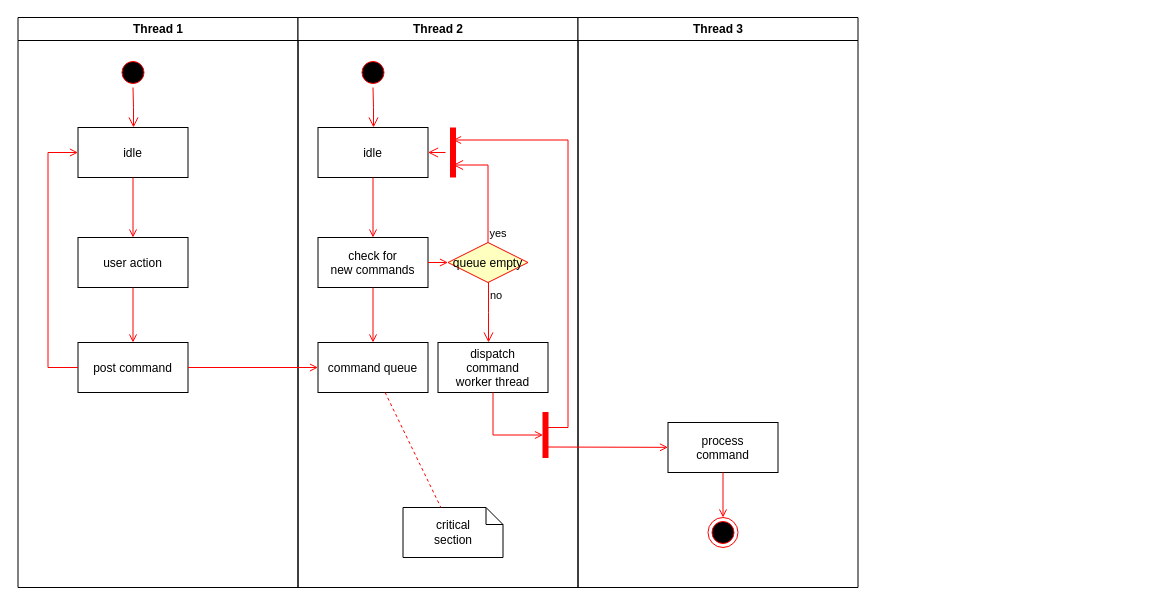
Earlier version of the draw.io diagram docs/Activity.drawio (perdhevi/udacity-bce-4-supply-chain). Source tidied: cells renumbered, new cells numbered last; positions are measured from the earlier drawing's top-left corner, leaving out a move shared by most shapes. Both pictures are drawn from the tidied source at 100%, with x=0, y=0 at pixel (17, 17).
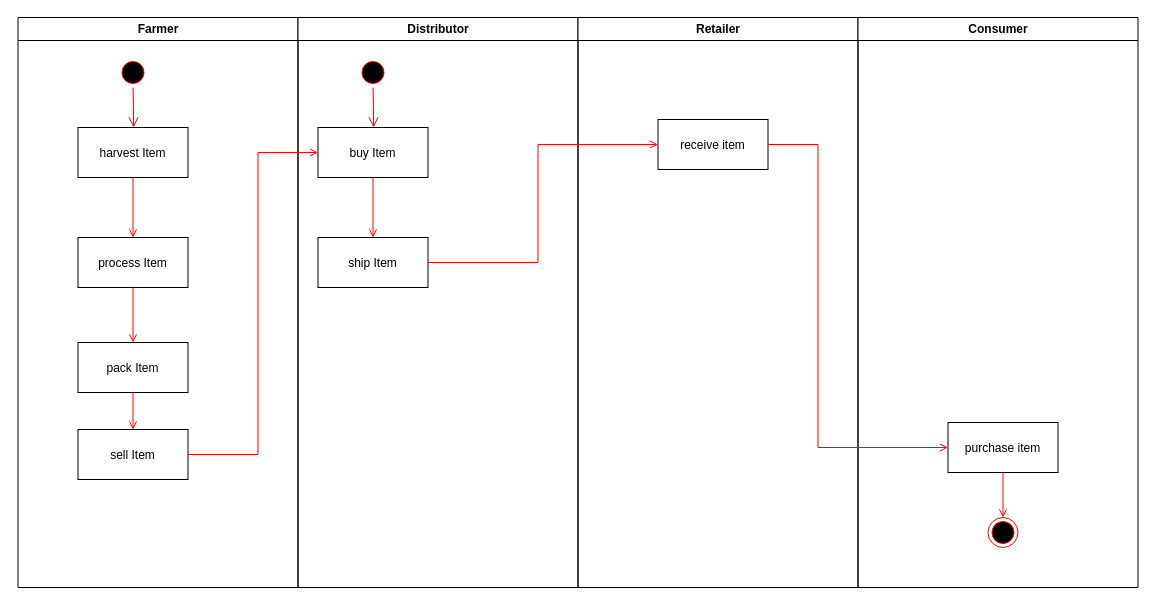
The same diagram, later.

Change to the diagram source:
```diff
@@
-    <mxCell id="2" value="Thread 1" style="swimlane;whiteSpace=wrap;" parent="1" vertex="1">
+    <mxCell id="2" value="Farmer" style="swimlane;whiteSpace=wrap;" parent="1" vertex="1">
       <mxGeometry x="0.5" width="280" height="570" as="geometry" />
     </mxCell>
@@
-    <mxCell id="5" value="idle" parent="2" vertex="1">
+    <mxCell id="5" value="harvest Item" parent="2" vertex="1">
       <mxGeometry x="60" y="110" width="110" height="50" as="geometry" />
     </mxCell>
-    <mxCell id="6" value="user action" parent="2" vertex="1">
+    <mxCell id="6" value="process Item" parent="2" vertex="1">
       <mxGeometry x="60" y="220" width="110" height="50" as="geometry" />
     </mxCell>
@@
-    <mxCell id="8" value="post command" parent="2" vertex="1">
+    <mxCell id="8" value="pack Item" parent="2" vertex="1">
       <mxGeometry x="60" y="325" width="110" height="50" as="geometry" />
     </mxCell>
@@
-    <mxCell id="10" style="edgeStyle=elbowEdgeStyle;elbow=horizontal;strokeColor=#FF0000;endArrow=open;endFill=1;rounded=0;" parent="2" edge="1" source="8" target="5">
-      <mxGeometry relative="1" as="geometry">
-        <Array as="points">
-          <mxPoint x="30" y="250" />
-        </Array>
-      </mxGeometry>
-    </mxCell>
+    <mxCell id="37" value="sell Item" parent="2" vertex="1">
+      <mxGeometry x="60" y="412" width="110" height="50" as="geometry" />
+    </mxCell>
+    <mxCell id="38" style="endArrow=open;strokeColor=#FF0000;endFill=1;rounded=0;exitX=0.5;exitY=1;exitDx=0;exitDy=0;" parent="2" edge="1" source="8" target="37">
+      <mxGeometry relative="1" as="geometry" />
+    </mxCell>
-    <mxCell id="11" value="Thread 2" style="swimlane;whiteSpace=wrap;" parent="1" vertex="1">
+    <mxCell id="11" value="Distributor" style="swimlane;whiteSpace=wrap;" parent="1" vertex="1">
       <mxGeometry x="280.5" width="280" height="570" as="geometry" />
     </mxCell>
@@
-    <mxCell id="14" value="idle" parent="11" vertex="1">
+    <mxCell id="14" value="buy Item" parent="11" vertex="1">
       <mxGeometry x="20" y="110" width="110" height="50" as="geometry" />
     </mxCell>
-    <mxCell id="15" value="check for &#10;new commands" parent="11" vertex="1">
+    <mxCell id="15" value="ship Item" parent="11" vertex="1">
       <mxGeometry x="20" y="220" width="110" height="50" as="geometry" />
     </mxCell>
@@
+    <mxCell id="30" value="Retailer" style="swimlane;whiteSpace=wrap;" parent="1" vertex="1">
+      <mxGeometry x="560.5" width="280" height="570" as="geometry" />
+    </mxCell>
-    <mxCell id="17" value="command queue" parent="11" vertex="1">
-      <mxGeometry x="20" y="325" width="110" height="50" as="geometry" />
+    <mxCell id="17" value="receive item" parent="30" vertex="1">
+      <mxGeometry x="80" y="102" width="110" height="50" as="geometry" />
     </mxCell>
+    <mxCell id="36" style="endArrow=open;strokeColor=#FF0000;endFill=1;rounded=0;exitX=1;exitY=0.5;exitDx=0;exitDy=0;entryX=0;entryY=0.5;entryDx=0;entryDy=0;" parent="1" edge="1" source="37" target="14">
+      <mxGeometry relative="1" as="geometry">
+        <Array as="points">
+          <mxPoint x="240.5" y="437" />
+          <mxPoint x="240.5" y="135" />
+        </Array>
+      </mxGeometry>
+    </mxCell>
+    <mxCell id="39" value="Consumer" style="swimlane;whiteSpace=wrap;" parent="1" vertex="1">
+      <mxGeometry x="840.5" width="280" height="570" as="geometry" />
+    </mxCell>
+    <mxCell id="40" value="purchase item" parent="39" vertex="1">
+      <mxGeometry x="90" y="405" width="110" height="50" as="geometry" />
+    </mxCell>
+    <mxCell id="34" style="ellipse;shape=endState;fillColor=#000000;strokeColor=#ff0000;" parent="39" vertex="1">
+      <mxGeometry x="130" y="500" width="30" height="30" as="geometry" />
+    </mxCell>
+    <mxCell id="41" style="endArrow=open;strokeColor=#FF0000;endFill=1;rounded=0;" parent="39" edge="1" source="40" target="34">
+      <mxGeometry relative="1" as="geometry" />
+    </mxCell>
-    <mxCell id="18" style="endArrow=open;strokeColor=#FF0000;endFill=1;rounded=0;" parent="11" edge="1" source="15" target="17">
-      <mxGeometry relative="1" as="geometry" />
+    <mxCell id="18" style="endArrow=open;strokeColor=#FF0000;endFill=1;rounded=0;exitX=1;exitY=0.5;exitDx=0;exitDy=0;entryX=0;entryY=0.5;entryDx=0;entryDy=0;" parent="1" edge="1" source="15" target="17">
+      <mxGeometry relative="1" as="geometry">
+        <Array as="points">
+          <mxPoint x="520.5" y="245" />
+          <mxPoint x="520.5" y="127" />
+        </Array>
+      </mxGeometry>
     </mxCell>
-    <mxCell id="19" value="queue empty" style="rhombus;fillColor=#ffffc0;strokeColor=#ff0000;" parent="11" vertex="1">
-      <mxGeometry x="150" y="225" width="80" height="40" as="geometry" />
-    </mxCell>
-    <mxCell id="20" value="yes" style="edgeStyle=elbowEdgeStyle;elbow=horizontal;align=left;verticalAlign=bottom;endArrow=open;endSize=8;strokeColor=#FF0000;exitX=0.5;exitY=0;endFill=1;rounded=0;entryX=0.75;entryY=0.5;entryPerimeter=0;" parent="11" edge="1" source="19" target="23">
-      <mxGeometry x="-1" relative="1" as="geometry">
-        <Array as="points">
-          <mxPoint x="190" y="180" />
-        </Array>
-      </mxGeometry>
-    </mxCell>
-    <mxCell id="21" value="no" style="edgeStyle=elbowEdgeStyle;elbow=horizontal;align=left;verticalAlign=top;endArrow=open;endSize=8;strokeColor=#FF0000;endFill=1;rounded=0;" parent="11" edge="1" source="19" target="25">
-      <mxGeometry x="-1" relative="1" as="geometry" />
-    </mxCell>
-    <mxCell id="22" style="endArrow=open;strokeColor=#FF0000;endFill=1;rounded=0;" parent="11" edge="1" source="15" target="19">
-      <mxGeometry relative="1" as="geometry" />
-    </mxCell>
-    <mxCell id="23" style="shape=line;strokeWidth=6;strokeColor=#ff0000;rotation=90;" parent="11" vertex="1">
-      <mxGeometry x="130" y="127.5" width="50" height="15" as="geometry" />
-    </mxCell>
-    <mxCell id="24" style="edgeStyle=elbowEdgeStyle;elbow=horizontal;verticalAlign=bottom;endArrow=open;endSize=8;strokeColor=#FF0000;endFill=1;rounded=0;" parent="11" edge="1" source="23" target="14">
-      <mxGeometry x="130" y="90" as="geometry" />
-    </mxCell>
-    <mxCell id="25" value="dispatch&#10;command&#10;worker thread" parent="11" vertex="1">
-      <mxGeometry x="140" y="325" width="110" height="50" as="geometry" />
-    </mxCell>
-    <mxCell id="26" value="critical&#10;section" style="shape=note;whiteSpace=wrap;size=17;" parent="11" vertex="1">
-      <mxGeometry x="105" y="490" width="100" height="50" as="geometry" />
-    </mxCell>
-    <mxCell id="27" style="endArrow=none;strokeColor=#FF0000;endFill=0;rounded=0;dashed=1;" parent="11" edge="1" source="17" target="26">
-      <mxGeometry relative="1" as="geometry" />
-    </mxCell>
-    <mxCell id="28" style="whiteSpace=wrap;strokeColor=#FF0000;fillColor=#FF0000;" parent="11" vertex="1">
-      <mxGeometry x="245" y="395" width="5" height="45" as="geometry" />
-    </mxCell>
-    <mxCell id="29" style="edgeStyle=elbowEdgeStyle;elbow=horizontal;entryX=0;entryY=0.5;strokeColor=#FF0000;endArrow=open;endFill=1;rounded=0;" parent="11" edge="1" source="25" target="28">
-      <mxGeometry relative="1" as="geometry">
-        <Array as="points">
-          <mxPoint x="195" y="400" />
-        </Array>
-      </mxGeometry>
-    </mxCell>
-    <mxCell id="30" value="Thread 3" style="swimlane;whiteSpace=wrap;" parent="1" vertex="1">
-      <mxGeometry x="560.5" width="280" height="570" as="geometry" />
-    </mxCell>
-    <mxCell id="31" value="process&#10;command" parent="30" vertex="1">
-      <mxGeometry x="90" y="405" width="110" height="50" as="geometry" />
-    </mxCell>
-    <mxCell id="32" style="edgeStyle=elbowEdgeStyle;elbow=horizontal;strokeColor=#FF0000;endArrow=open;endFill=1;rounded=0;entryX=0.25;entryY=0.5;entryPerimeter=0;" parent="30" edge="1" target="23">
-      <mxGeometry relative="1" as="geometry">
-        <mxPoint x="-30" y="410" as="sourcePoint" />
-        <Array as="points">
-          <mxPoint x="-10" y="135" />
-        </Array>
-      </mxGeometry>
-    </mxCell>
-    <mxCell id="33" style="edgeStyle=none;strokeColor=#FF0000;endArrow=open;endFill=1;rounded=0;" parent="30" edge="1" target="31">
-      <mxGeometry relative="1" as="geometry">
-        <mxPoint x="-30" y="429.5" as="sourcePoint" />
-      </mxGeometry>
-    </mxCell>
-    <mxCell id="34" style="ellipse;shape=endState;fillColor=#000000;strokeColor=#ff0000;" parent="30" vertex="1">
-      <mxGeometry x="130" y="500" width="30" height="30" as="geometry" />
-    </mxCell>
-    <mxCell id="35" style="endArrow=open;strokeColor=#FF0000;endFill=1;rounded=0;" parent="30" edge="1" source="31" target="34">
-      <mxGeometry relative="1" as="geometry" />
-    </mxCell>
-    <mxCell id="36" style="endArrow=open;strokeColor=#FF0000;endFill=1;rounded=0;" parent="1" edge="1" source="8" target="17">
-      <mxGeometry relative="1" as="geometry" />
-    </mxCell>
+    <mxCell id="42" style="edgeStyle=none;strokeColor=#FF0000;endArrow=open;endFill=1;rounded=0;exitX=1;exitY=0.5;exitDx=0;exitDy=0;" parent="1" edge="1" source="17" target="40">
+      <mxGeometry relative="1" as="geometry">
+        <Array as="points">
+          <mxPoint x="800.5" y="127" />
+          <mxPoint x="800.5" y="430" />
+        </Array>
+      </mxGeometry>
+    </mxCell>
```
